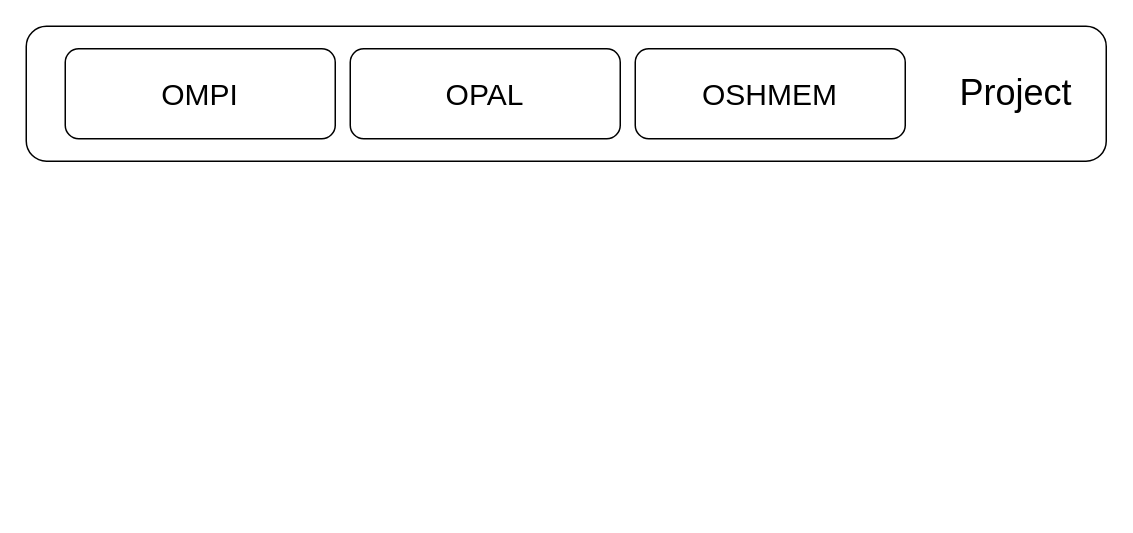
This is ompi/project-arch.drawio from Troyself/img-design-draw-io, a draw.io file, before an edit. Source tidied: cells renumbered, new cells numbered last; positions are measured from the earlier drawing's top-left corner, leaving out a move shared by most shapes. Both pictures are drawn from the tidied source at 150%, with x=0, y=0 at pixel (26, 26).
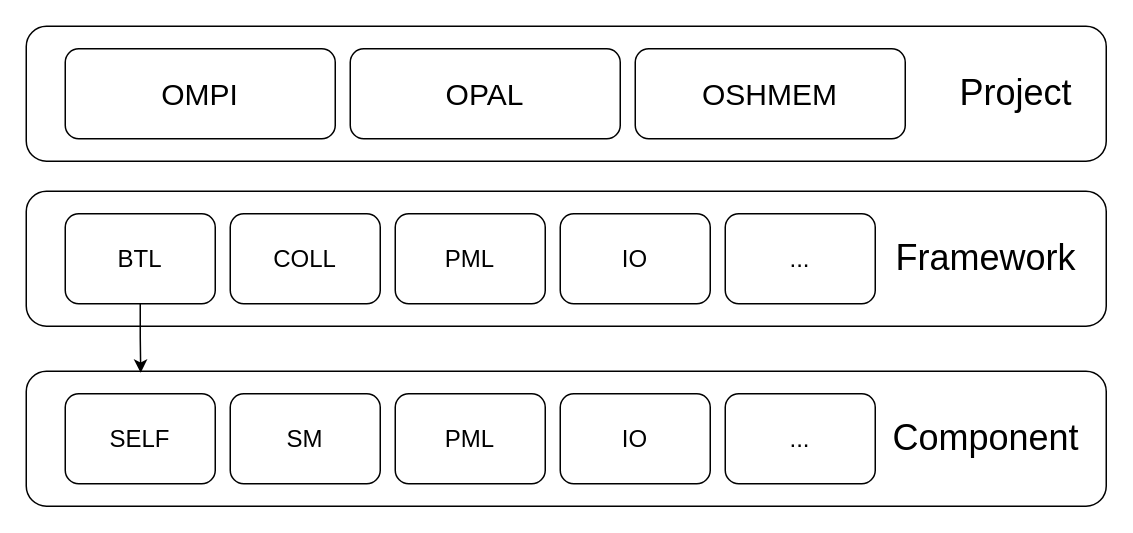
The same page after the edit.

What changed in the source:
```diff
@@
 <mxGraphModel>
   <root>
     <mxCell id="0" />
     <mxCell id="1" parent="0" />
     <mxCell id="2" value="&lt;blockquote style=&quot;margin: 0 0 0 40px; border: none; padding: 0px;&quot;&gt;&lt;blockquote style=&quot;margin: 0 0 0 40px; border: none; padding: 0px;&quot;&gt;&lt;blockquote style=&quot;margin: 0 0 0 40px; border: none; padding: 0px;&quot;&gt;&lt;blockquote style=&quot;margin: 0 0 0 40px; border: none; padding: 0px;&quot;&gt;&lt;blockquote style=&quot;margin: 0 0 0 40px; border: none; padding: 0px;&quot;&gt;&lt;blockquote style=&quot;margin: 0 0 0 40px; border: none; padding: 0px;&quot;&gt;&lt;blockquote style=&quot;margin: 0 0 0 40px; border: none; padding: 0px;&quot;&gt;&lt;blockquote style=&quot;margin: 0 0 0 40px; border: none; padding: 0px;&quot;&gt;&lt;blockquote style=&quot;margin: 0 0 0 40px; border: none; padding: 0px;&quot;&gt;&lt;blockquote style=&quot;margin: 0 0 0 40px; border: none; padding: 0px;&quot;&gt;&lt;blockquote style=&quot;margin: 0 0 0 40px; border: none; padding: 0px;&quot;&gt;&lt;blockquote style=&quot;margin: 0 0 0 40px; border: none; padding: 0px;&quot;&gt;&lt;blockquote style=&quot;margin: 0 0 0 40px; border: none; padding: 0px;&quot;&gt;&lt;blockquote style=&quot;margin: 0 0 0 40px; border: none; padding: 0px;&quot;&gt;&lt;blockquote style=&quot;margin: 0 0 0 40px; border: none; padding: 0px;&quot;&gt;&lt;div style=&quot;text-align: justify;&quot;&gt;&lt;span style=&quot;font-size: 24px; background-color: transparent; color: light-dark(rgb(0, 0, 0), rgb(255, 255, 255));&quot;&gt;Project&lt;/span&gt;&lt;/div&gt;&lt;/blockquote&gt;&lt;/blockquote&gt;&lt;/blockquote&gt;&lt;/blockquote&gt;&lt;/blockquote&gt;&lt;/blockquote&gt;&lt;/blockquote&gt;&lt;/blockquote&gt;&lt;/blockquote&gt;&lt;/blockquote&gt;&lt;/blockquote&gt;&lt;/blockquote&gt;&lt;/blockquote&gt;&lt;/blockquote&gt;&lt;/blockquote&gt;" style="rounded=1;whiteSpace=wrap;html=1;align=center;" parent="1" vertex="1">
       <mxGeometry width="720" height="90" as="geometry" />
     </mxCell>
     <mxCell id="3" value="OMPI" style="rounded=1;whiteSpace=wrap;html=1;fontSize=20;" parent="1" vertex="1">
       <mxGeometry x="26" y="15" width="180" height="60" as="geometry" />
     </mxCell>
     <mxCell id="4" value="OPAL" style="rounded=1;whiteSpace=wrap;html=1;fontSize=20;" parent="1" vertex="1">
       <mxGeometry x="216" y="15" width="180" height="60" as="geometry" />
     </mxCell>
     <mxCell id="5" value="OSHMEM" style="rounded=1;whiteSpace=wrap;html=1;fontSize=20;" parent="1" vertex="1">
       <mxGeometry x="406" y="15" width="180" height="60" as="geometry" />
     </mxCell>
+    <mxCell id="6" value="&lt;blockquote style=&quot;margin: 0 0 0 40px; border: none; padding: 0px;&quot;&gt;&lt;blockquote style=&quot;margin: 0 0 0 40px; border: none; padding: 0px;&quot;&gt;&lt;blockquote style=&quot;margin: 0 0 0 40px; border: none; padding: 0px;&quot;&gt;&lt;blockquote style=&quot;margin: 0 0 0 40px; border: none; padding: 0px;&quot;&gt;&lt;blockquote style=&quot;margin: 0 0 0 40px; border: none; padding: 0px;&quot;&gt;&lt;blockquote style=&quot;margin: 0 0 0 40px; border: none; padding: 0px;&quot;&gt;&lt;blockquote style=&quot;margin: 0 0 0 40px; border: none; padding: 0px;&quot;&gt;&lt;blockquote style=&quot;margin: 0 0 0 40px; border: none; padding: 0px;&quot;&gt;&lt;blockquote style=&quot;margin: 0 0 0 40px; border: none; padding: 0px;&quot;&gt;&lt;blockquote style=&quot;margin: 0 0 0 40px; border: none; padding: 0px;&quot;&gt;&lt;blockquote style=&quot;margin: 0 0 0 40px; border: none; padding: 0px;&quot;&gt;&lt;blockquote style=&quot;margin: 0 0 0 40px; border: none; padding: 0px;&quot;&gt;&lt;blockquote style=&quot;margin: 0 0 0 40px; border: none; padding: 0px;&quot;&gt;&lt;blockquote style=&quot;margin: 0 0 0 40px; border: none; padding: 0px;&quot;&gt;&lt;div style=&quot;text-align: justify;&quot;&gt;&lt;span style=&quot;font-size: 24px; background-color: transparent; color: light-dark(rgb(0, 0, 0), rgb(255, 255, 255));&quot;&gt;Framework&lt;/span&gt;&lt;/div&gt;&lt;/blockquote&gt;&lt;/blockquote&gt;&lt;/blockquote&gt;&lt;/blockquote&gt;&lt;/blockquote&gt;&lt;/blockquote&gt;&lt;/blockquote&gt;&lt;/blockquote&gt;&lt;/blockquote&gt;&lt;/blockquote&gt;&lt;/blockquote&gt;&lt;/blockquote&gt;&lt;/blockquote&gt;&lt;/blockquote&gt;" style="rounded=1;whiteSpace=wrap;html=1;align=center;" parent="1" vertex="1">
+      <mxGeometry y="110" width="720" height="90" as="geometry" />
+    </mxCell>
+    <mxCell id="7" value="BTL" style="rounded=1;whiteSpace=wrap;html=1;fontSize=16;" parent="1" vertex="1">
+      <mxGeometry x="26" y="125" width="100" height="60" as="geometry" />
+    </mxCell>
+    <mxCell id="8" value="COLL" style="rounded=1;whiteSpace=wrap;html=1;fontSize=16;" parent="1" vertex="1">
+      <mxGeometry x="136" y="125" width="100" height="60" as="geometry" />
+    </mxCell>
+    <mxCell id="9" value="PML" style="rounded=1;whiteSpace=wrap;html=1;fontSize=16;" parent="1" vertex="1">
+      <mxGeometry x="246" y="125" width="100" height="60" as="geometry" />
+    </mxCell>
+    <mxCell id="10" value="IO" style="rounded=1;whiteSpace=wrap;html=1;fontSize=16;" parent="1" vertex="1">
+      <mxGeometry x="356" y="125" width="100" height="60" as="geometry" />
+    </mxCell>
+    <mxCell id="11" value="..." style="rounded=1;whiteSpace=wrap;html=1;fontSize=16;" parent="1" vertex="1">
+      <mxGeometry x="466" y="125" width="100" height="60" as="geometry" />
+    </mxCell>
+    <mxCell id="12" value="&lt;blockquote style=&quot;margin: 0 0 0 40px; border: none; padding: 0px;&quot;&gt;&lt;blockquote style=&quot;margin: 0 0 0 40px; border: none; padding: 0px;&quot;&gt;&lt;blockquote style=&quot;margin: 0 0 0 40px; border: none; padding: 0px;&quot;&gt;&lt;blockquote style=&quot;margin: 0 0 0 40px; border: none; padding: 0px;&quot;&gt;&lt;blockquote style=&quot;margin: 0 0 0 40px; border: none; padding: 0px;&quot;&gt;&lt;blockquote style=&quot;margin: 0 0 0 40px; border: none; padding: 0px;&quot;&gt;&lt;blockquote style=&quot;margin: 0 0 0 40px; border: none; padding: 0px;&quot;&gt;&lt;blockquote style=&quot;margin: 0 0 0 40px; border: none; padding: 0px;&quot;&gt;&lt;blockquote style=&quot;margin: 0 0 0 40px; border: none; padding: 0px;&quot;&gt;&lt;blockquote style=&quot;margin: 0 0 0 40px; border: none; padding: 0px;&quot;&gt;&lt;blockquote style=&quot;margin: 0 0 0 40px; border: none; padding: 0px;&quot;&gt;&lt;blockquote style=&quot;margin: 0 0 0 40px; border: none; padding: 0px;&quot;&gt;&lt;blockquote style=&quot;margin: 0 0 0 40px; border: none; padding: 0px;&quot;&gt;&lt;blockquote style=&quot;margin: 0 0 0 40px; border: none; padding: 0px;&quot;&gt;&lt;div style=&quot;text-align: justify;&quot;&gt;&lt;span style=&quot;font-size: 24px; background-color: transparent; color: light-dark(rgb(0, 0, 0), rgb(255, 255, 255));&quot;&gt;Component&lt;/span&gt;&lt;/div&gt;&lt;/blockquote&gt;&lt;/blockquote&gt;&lt;/blockquote&gt;&lt;/blockquote&gt;&lt;/blockquote&gt;&lt;/blockquote&gt;&lt;/blockquote&gt;&lt;/blockquote&gt;&lt;/blockquote&gt;&lt;/blockquote&gt;&lt;/blockquote&gt;&lt;/blockquote&gt;&lt;/blockquote&gt;&lt;/blockquote&gt;" style="rounded=1;whiteSpace=wrap;html=1;align=center;" parent="1" vertex="1">
+      <mxGeometry y="230" width="720" height="90" as="geometry" />
+    </mxCell>
+    <mxCell id="13" style="edgeStyle=orthogonalEdgeStyle;rounded=0;jettySize=auto;html=1;exitX=0.5;exitY=1;exitDx=0;exitDy=0;entryX=0.106;entryY=0.012;entryDx=0;entryDy=0;entryPerimeter=0;" parent="1" edge="1" source="7" target="12">
+      <mxGeometry relative="1" as="geometry" />
+    </mxCell>
+    <mxCell id="14" value="SELF" style="rounded=1;whiteSpace=wrap;html=1;fontSize=16;" parent="1" vertex="1">
+      <mxGeometry x="26" y="245" width="100" height="60" as="geometry" />
+    </mxCell>
+    <mxCell id="15" value="SM" style="rounded=1;whiteSpace=wrap;html=1;fontSize=16;" parent="1" vertex="1">
+      <mxGeometry x="136" y="245" width="100" height="60" as="geometry" />
+    </mxCell>
+    <mxCell id="16" value="PML" style="rounded=1;whiteSpace=wrap;html=1;fontSize=16;" parent="1" vertex="1">
+      <mxGeometry x="246" y="245" width="100" height="60" as="geometry" />
+    </mxCell>
+    <mxCell id="17" value="IO" style="rounded=1;whiteSpace=wrap;html=1;fontSize=16;" parent="1" vertex="1">
+      <mxGeometry x="356" y="245" width="100" height="60" as="geometry" />
+    </mxCell>
+    <mxCell id="18" value="..." style="rounded=1;whiteSpace=wrap;html=1;fontSize=16;" parent="1" vertex="1">
+      <mxGeometry x="466" y="245" width="100" height="60" as="geometry" />
+    </mxCell>
   </root>
 </mxGraphModel>
```
